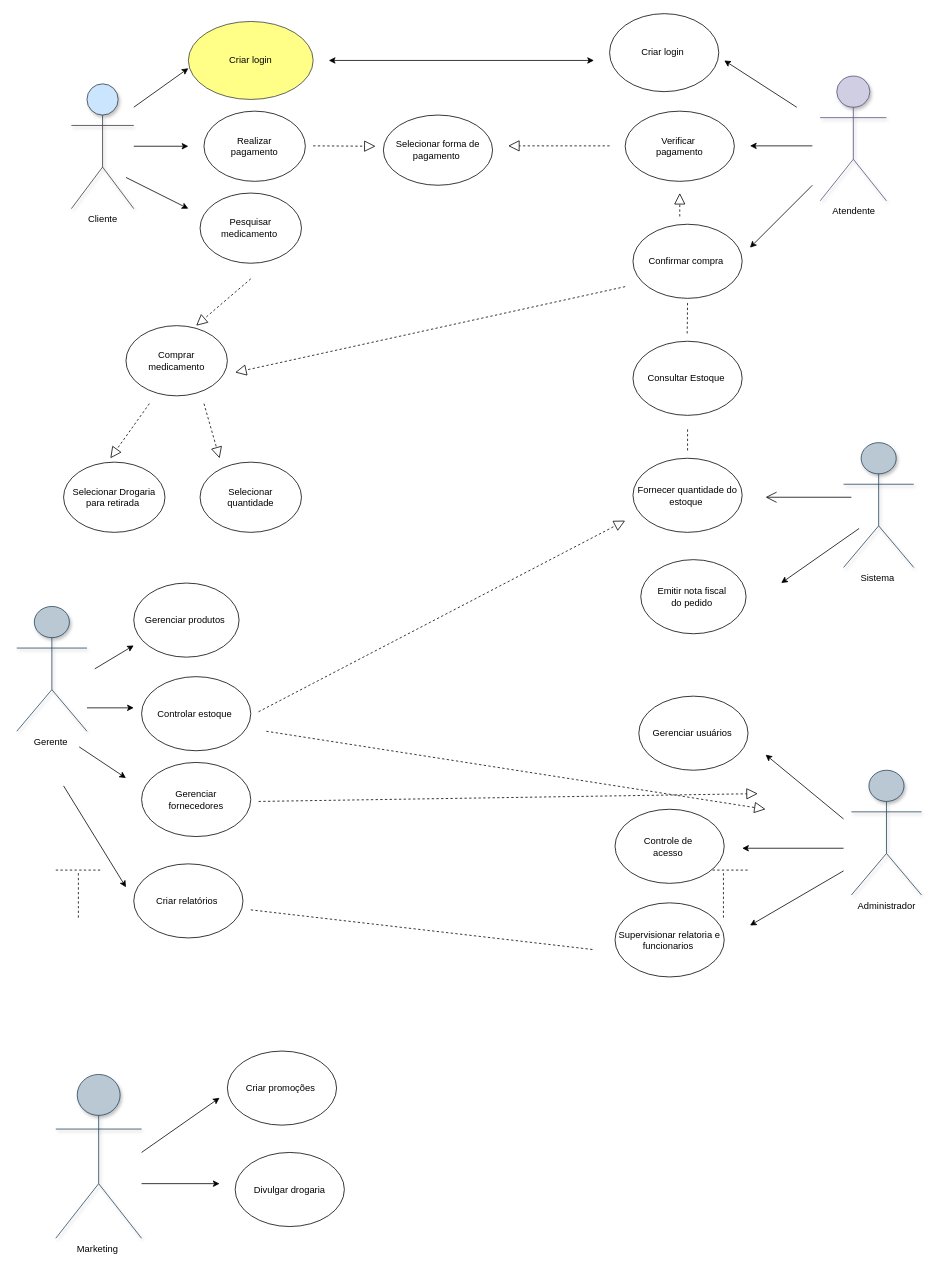
Above: Diagrama sem nome.drawio in maysa158/diagramasderequisitos05 (draw.io), before the change. Source tidied: cells renumbered, new cells numbered last; positions are measured from the earlier drawing's top-left corner, leaving out a move shared by most shapes. Both pictures are drawn from the tidied source at 78%, with x=0, y=0 at pixel (16, 13).
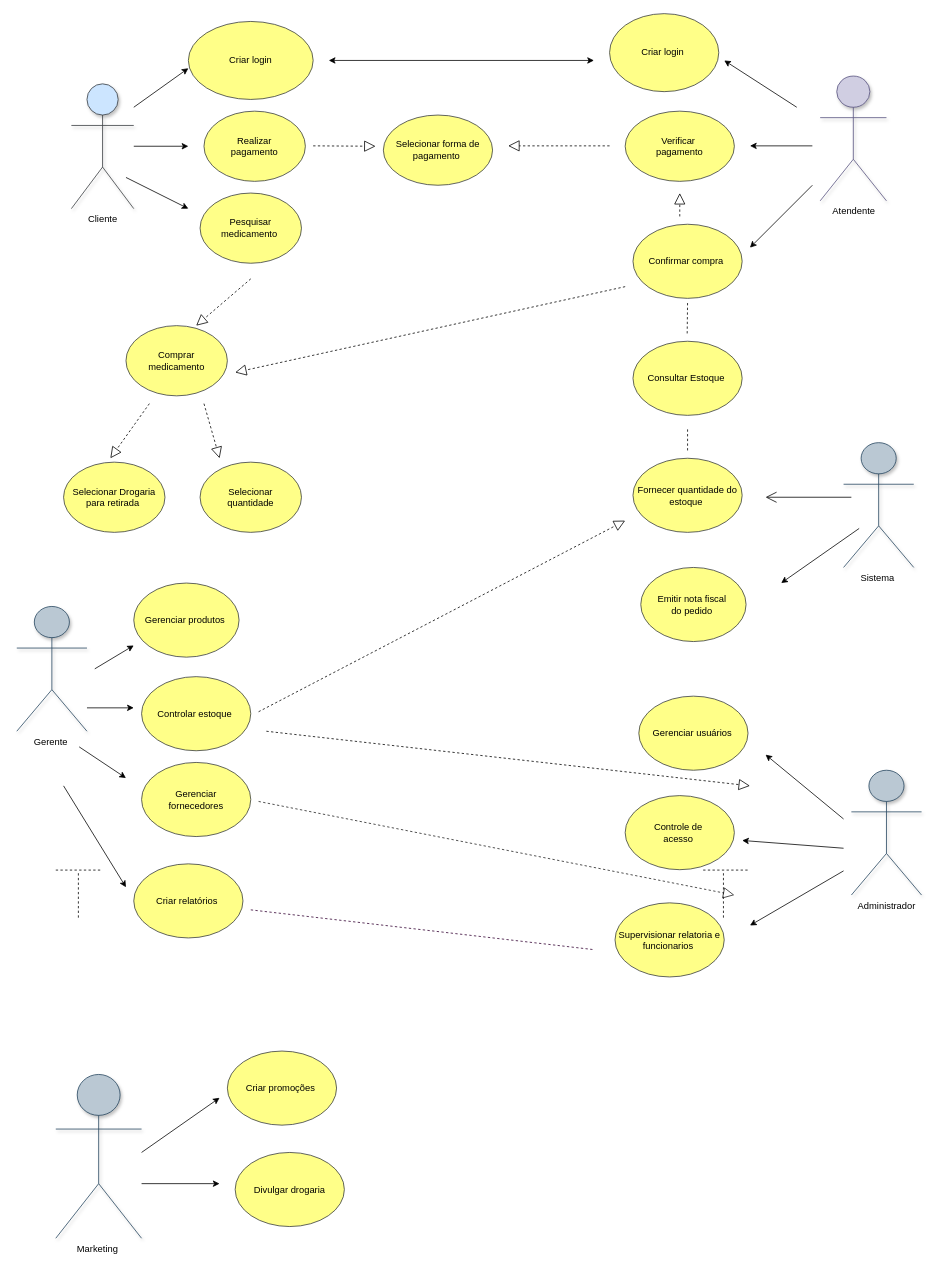
After the change.

The edit, as a diff of the source:
```diff
@@
-    <mxCell id="8" value="Pesquisar medicamento&amp;nbsp;" style="ellipse;whiteSpace=wrap;html=1;" parent="1" vertex="1">
+    <mxCell id="8" value="Pesquisar medicamento&amp;nbsp;" style="ellipse;whiteSpace=wrap;html=1;fillColor=#ffff88;strokeColor=#36393d;" parent="1" vertex="1">
       <mxGeometry x="235" y="230" width="130" height="90" as="geometry" />
     </mxCell>
@@
-    <mxCell id="13" value="Selecionar&lt;div&gt;&amp;nbsp;quantidade&amp;nbsp;&lt;/div&gt;" style="ellipse;whiteSpace=wrap;html=1;" parent="1" vertex="1">
+    <mxCell id="13" value="Selecionar&lt;div&gt;&amp;nbsp;quantidade&amp;nbsp;&lt;/div&gt;" style="ellipse;whiteSpace=wrap;html=1;fillColor=#ffff88;strokeColor=#36393d;" parent="1" vertex="1">
       <mxGeometry x="235" y="575" width="130" height="90" as="geometry" />
     </mxCell>
-    <mxCell id="14" value="Comprar&lt;div&gt;&amp;nbsp;medicamento&amp;nbsp;&lt;/div&gt;" style="ellipse;whiteSpace=wrap;html=1;" parent="1" vertex="1">
+    <mxCell id="14" value="Comprar&lt;div&gt;&amp;nbsp;medicamento&amp;nbsp;&lt;/div&gt;" style="ellipse;whiteSpace=wrap;html=1;fillColor=#ffff88;strokeColor=#36393d;" parent="1" vertex="1">
       <mxGeometry x="140" y="400" width="130" height="90" as="geometry" />
     </mxCell>
-    <mxCell id="15" value="Selecionar Drogaria para retirada&amp;nbsp;" style="ellipse;whiteSpace=wrap;html=1;" parent="1" vertex="1">
+    <mxCell id="15" value="Selecionar Drogaria para retirada&amp;nbsp;" style="ellipse;whiteSpace=wrap;html=1;fillColor=#ffff88;strokeColor=#36393d;" parent="1" vertex="1">
       <mxGeometry x="60" y="575" width="130" height="90" as="geometry" />
     </mxCell>
@@
-    <mxCell id="19" value="Realizar&lt;div&gt;&amp;nbsp;pagamento&amp;nbsp;&lt;/div&gt;" style="ellipse;whiteSpace=wrap;html=1;" parent="1" vertex="1">
+    <mxCell id="19" value="Realizar&lt;div&gt;&amp;nbsp;pagamento&amp;nbsp;&lt;/div&gt;" style="ellipse;whiteSpace=wrap;html=1;fillColor=#ffff88;strokeColor=#36393d;" parent="1" vertex="1">
       <mxGeometry x="240" y="125" width="130" height="90" as="geometry" />
     </mxCell>
@@
-    <mxCell id="21" value="Selecionar forma de pagamento&amp;nbsp;" style="ellipse;whiteSpace=wrap;html=1;" parent="1" vertex="1">
+    <mxCell id="21" value="Selecionar forma de pagamento&amp;nbsp;" style="ellipse;whiteSpace=wrap;html=1;fillColor=#ffff88;strokeColor=#36393d;" parent="1" vertex="1">
       <mxGeometry x="470" y="130" width="140" height="90" as="geometry" />
     </mxCell>
-    <mxCell id="22" value="Verificar&amp;nbsp;&lt;div&gt;&amp;nbsp;pagamento&amp;nbsp;&lt;/div&gt;" style="ellipse;whiteSpace=wrap;html=1;" parent="1" vertex="1">
+    <mxCell id="22" value="Verificar&amp;nbsp;&lt;div&gt;&amp;nbsp;pagamento&amp;nbsp;&lt;/div&gt;" style="ellipse;whiteSpace=wrap;html=1;fillColor=#ffff88;strokeColor=#36393d;" parent="1" vertex="1">
       <mxGeometry x="780" y="125" width="140" height="90" as="geometry" />
     </mxCell>
@@
-    <mxCell id="24" value="Criar login&amp;nbsp;" style="ellipse;whiteSpace=wrap;html=1;" parent="1" vertex="1">
+    <mxCell id="24" value="Criar login&amp;nbsp;" style="ellipse;whiteSpace=wrap;html=1;fillColor=#ffff88;strokeColor=#36393d;" parent="1" vertex="1">
       <mxGeometry x="760" width="140" height="100" as="geometry" />
     </mxCell>
@@
-    <mxCell id="27" value="Confirmar compra&amp;nbsp;" style="ellipse;whiteSpace=wrap;html=1;" parent="1" vertex="1">
+    <mxCell id="27" value="Confirmar compra&amp;nbsp;" style="ellipse;whiteSpace=wrap;html=1;fillColor=#ffff88;strokeColor=#36393d;" parent="1" vertex="1">
       <mxGeometry x="790" y="270" width="140" height="95" as="geometry" />
     </mxCell>
@@
-    <mxCell id="32" value="Fornecer quantidade do estoque&amp;nbsp;" style="ellipse;whiteSpace=wrap;html=1;" parent="1" vertex="1">
+    <mxCell id="32" value="Fornecer quantidade do estoque&amp;nbsp;" style="ellipse;whiteSpace=wrap;html=1;fillColor=#ffff88;strokeColor=#36393d;" parent="1" vertex="1">
       <mxGeometry x="790" y="570" width="140" height="95" as="geometry" />
     </mxCell>
-    <mxCell id="33" value="Consultar Estoque&amp;nbsp;" style="ellipse;whiteSpace=wrap;html=1;" parent="1" vertex="1">
+    <mxCell id="33" value="Consultar Estoque&amp;nbsp;" style="ellipse;whiteSpace=wrap;html=1;fillColor=#ffff88;strokeColor=#36393d;" parent="1" vertex="1">
       <mxGeometry x="790" y="420" width="140" height="95" as="geometry" />
     </mxCell>
@@
-    <mxCell id="37" value="Emitir nota fiscal&amp;nbsp;&lt;div&gt;do pedido&amp;nbsp;&lt;/div&gt;" style="ellipse;whiteSpace=wrap;html=1;" parent="1" vertex="1">
-      <mxGeometry x="800" y="700" width="135" height="95" as="geometry" />
+    <mxCell id="37" value="Emitir nota fiscal&amp;nbsp;&lt;div&gt;do pedido&amp;nbsp;&lt;/div&gt;" style="ellipse;whiteSpace=wrap;html=1;fillColor=#ffff88;strokeColor=#36393d;" parent="1" vertex="1">
+      <mxGeometry x="800" y="710" width="135" height="95" as="geometry" />
     </mxCell>
@@
-    <mxCell id="40" value="Controlar estoque&amp;nbsp;" style="ellipse;whiteSpace=wrap;html=1;" parent="1" vertex="1">
+    <mxCell id="40" value="Controlar estoque&amp;nbsp;" style="ellipse;whiteSpace=wrap;html=1;fillColor=#ffff88;strokeColor=#36393d;" parent="1" vertex="1">
       <mxGeometry x="160" y="850" width="140" height="95" as="geometry" />
     </mxCell>
-    <mxCell id="41" value="Gerenciar produtos&amp;nbsp;" style="ellipse;whiteSpace=wrap;html=1;" parent="1" vertex="1">
+    <mxCell id="41" value="Gerenciar produtos&amp;nbsp;" style="ellipse;whiteSpace=wrap;html=1;fillColor=#ffff88;strokeColor=#36393d;" parent="1" vertex="1">
       <mxGeometry x="150" y="730" width="135" height="95" as="geometry" />
     </mxCell>
-    <mxCell id="42" value="Gerenciar&lt;div&gt;&amp;nbsp;fornecedores&amp;nbsp;&lt;/div&gt;" style="ellipse;whiteSpace=wrap;html=1;" parent="1" vertex="1">
+    <mxCell id="42" value="Gerenciar&lt;div&gt;&amp;nbsp;fornecedores&amp;nbsp;&lt;/div&gt;" style="ellipse;whiteSpace=wrap;html=1;fillColor=#ffff88;strokeColor=#36393d;" parent="1" vertex="1">
       <mxGeometry x="160" y="960" width="140" height="95" as="geometry" />
     </mxCell>
@@
-    <mxCell id="49" value="Criar relatórios&amp;nbsp;" style="ellipse;whiteSpace=wrap;html=1;" parent="1" vertex="1">
+    <mxCell id="49" value="Criar relatórios&amp;nbsp;" style="ellipse;whiteSpace=wrap;html=1;fillColor=#ffff88;strokeColor=#36393d;" parent="1" vertex="1">
       <mxGeometry x="150" y="1090" width="140" height="95" as="geometry" />
     </mxCell>
@@
     <mxCell id="52" style="endArrow=classic;html=1;rounded=0;" parent="1" edge="1">
       <mxGeometry relative="1" as="geometry">
         <mxPoint x="1060" y="1070" as="sourcePoint" />
-        <mxPoint x="930" y="1070" as="targetPoint" />
+        <mxPoint x="930" y="1060" as="targetPoint" />
       </mxGeometry>
     </mxCell>
@@
-    <mxCell id="54" value="Gerenciar usuários&amp;nbsp;" style="ellipse;whiteSpace=wrap;html=1;" parent="1" vertex="1">
+    <mxCell id="54" value="Gerenciar usuários&amp;nbsp;" style="ellipse;whiteSpace=wrap;html=1;fillColor=#ffff88;strokeColor=#36393d;" parent="1" vertex="1">
       <mxGeometry x="797.5" y="875" width="140" height="95" as="geometry" />
     </mxCell>
-    <mxCell id="55" value="Controle de&amp;nbsp;&lt;div&gt;acesso&amp;nbsp;&lt;/div&gt;" style="ellipse;whiteSpace=wrap;html=1;" parent="1" vertex="1">
-      <mxGeometry x="767" y="1020" width="140" height="95" as="geometry" />
+    <mxCell id="55" value="Controle de&amp;nbsp;&lt;div&gt;acesso&amp;nbsp;&lt;/div&gt;" style="ellipse;whiteSpace=wrap;html=1;fillColor=#ffff88;strokeColor=#36393d;" parent="1" vertex="1">
+      <mxGeometry x="780" y="1002.5" width="140" height="95" as="geometry" />
     </mxCell>
     <mxCell id="56" style="endArrow=block;dashed=1;endFill=0;endSize=12;html=1;rounded=0;" parent="1" edge="1">
       <mxGeometry relative="1" as="geometry">
         <mxPoint x="320" y="920" as="sourcePoint" />
-        <mxPoint x="960" y="1020" as="targetPoint" />
+        <mxPoint x="940" y="990" as="targetPoint" />
       </mxGeometry>
     </mxCell>
-    <mxCell id="57" style="endArrow=block;dashed=1;endFill=0;endSize=12;html=1;rounded=0;" parent="1" edge="1">
+    <mxCell id="57" style="endArrow=block;dashed=1;endFill=0;endSize=12;html=1;rounded=0;fillColor=#dae8fc;strokeColor=light-dark(#212121, #5c79a3);" parent="1" edge="1">
       <mxGeometry relative="1" as="geometry">
         <mxPoint x="310" y="1010" as="sourcePoint" />
-        <mxPoint x="950" y="1000" as="targetPoint" />
+        <mxPoint x="920" y="1130" as="targetPoint" />
       </mxGeometry>
     </mxCell>
-    <mxCell id="58" value="Supervisionar relatoria e funcionarios&amp;nbsp;" style="ellipse;whiteSpace=wrap;html=1;" parent="1" vertex="1">
+    <mxCell id="58" value="Supervisionar relatoria e funcionarios&amp;nbsp;" style="ellipse;whiteSpace=wrap;html=1;fillColor=#ffff88;strokeColor=#36393d;" parent="1" vertex="1">
       <mxGeometry x="767" y="1140" width="140" height="95" as="geometry" />
     </mxCell>
-    <mxCell id="59" style="endArrow=none;dashed=1;html=1;rounded=0;" parent="1" edge="1">
+    <mxCell id="59" style="endArrow=none;dashed=1;html=1;rounded=0;fillColor=#dae8fc;strokeColor=#330033;" parent="1" edge="1">
       <mxGeometry relative="1" as="geometry">
         <mxPoint x="300" y="1149" as="sourcePoint" />
         <mxPoint x="740" y="1200" as="targetPoint" />
       </mxGeometry>
     </mxCell>
@@
-    <mxCell id="63" value="Criar promoções&amp;nbsp;" style="ellipse;whiteSpace=wrap;html=1;" parent="1" vertex="1">
+    <mxCell id="63" value="Criar promoções&amp;nbsp;" style="ellipse;whiteSpace=wrap;html=1;fillColor=#ffff88;strokeColor=#36393d;" parent="1" vertex="1">
       <mxGeometry x="270" y="1330" width="140" height="95" as="geometry" />
     </mxCell>
-    <mxCell id="64" value="Divulgar drogaria" style="ellipse;whiteSpace=wrap;html=1;" parent="1" vertex="1">
+    <mxCell id="64" value="Divulgar drogaria" style="ellipse;whiteSpace=wrap;html=1;fillColor=#ffff88;strokeColor=#36393d;" parent="1" vertex="1">
       <mxGeometry x="280" y="1460" width="140" height="95" as="geometry" />
     </mxCell>
```
